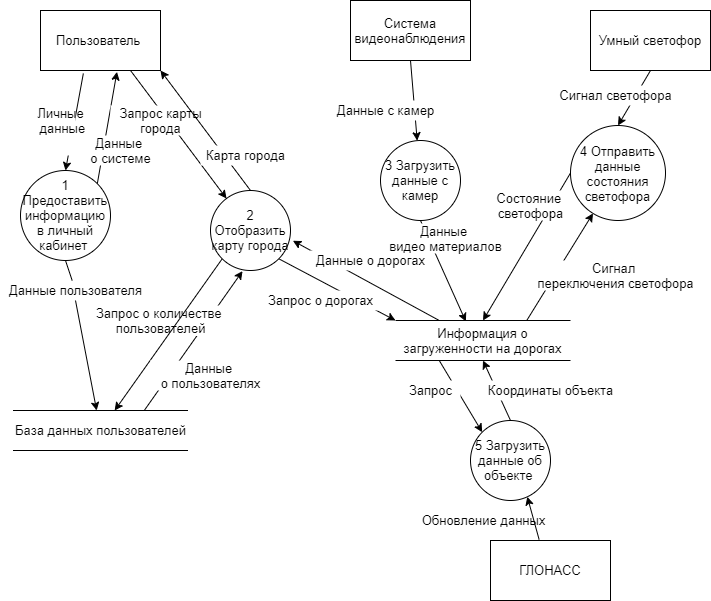
Before: DFD.png, a diagram exported from draw.io (Nadezhda24/Transport-system). Source tidied: cells renumbered, new cells last; positions are measured from the earlier drawing's top-left corner, leaving out a move shared by most shapes.
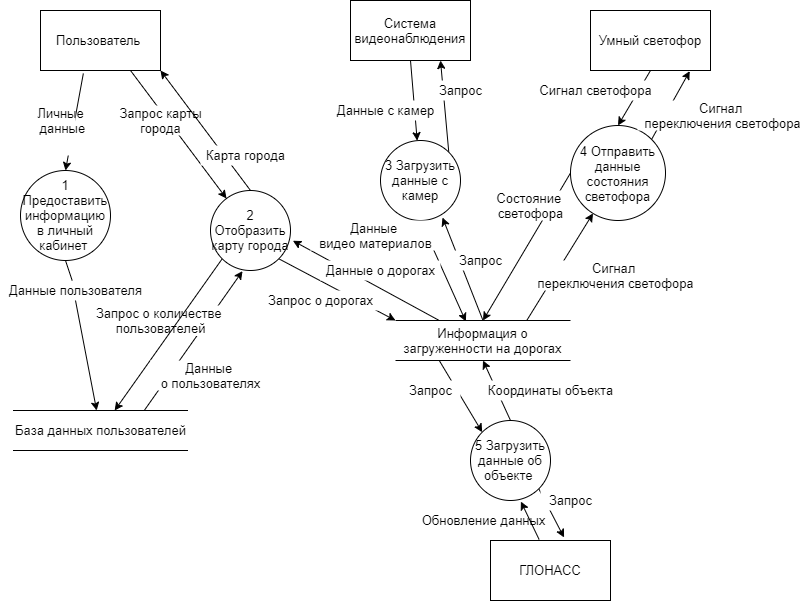
After the change.

Change to the diagram source:
```diff
@@ -26,6 +26,9 @@
     <mxCell id="9" style="rounded=0;jettySize=auto;html=1;exitX=0.5;exitY=1;exitDx=0;exitDy=0;entryX=0.025;entryY=0.598;entryDx=0;entryDy=0;endArrow=classic;endFill=1;entryPerimeter=0;" parent="1" edge="1" source="10" target="14">
       <mxGeometry relative="1" as="geometry" />
     </mxCell>
+    <mxCell id="49" style="edgeStyle=none;rounded=0;jettySize=auto;html=1;exitX=1;exitY=0;exitDx=0;exitDy=0;entryX=0.75;entryY=1;entryDx=0;entryDy=0;" parent="1" edge="1" source="10" target="8">
+      <mxGeometry relative="1" as="geometry" />
+    </mxCell>
     <mxCell id="10" value="3 Загрузить данные с камер" style="ellipse;whiteSpace=wrap;html=1;" parent="1" vertex="1">
       <mxGeometry x="380" y="140" width="80" height="80" as="geometry" />
     </mxCell>
@@ -38,12 +41,18 @@
     <mxCell id="13" style="edgeStyle=none;rounded=0;jettySize=auto;html=1;exitX=1;exitY=0.75;exitDx=0;exitDy=0;entryX=0;entryY=0;entryDx=0;entryDy=0;startArrow=none;startFill=0;" parent="1" edge="1" source="14" target="41">
       <mxGeometry relative="1" as="geometry" />
     </mxCell>
+    <mxCell id="50" style="edgeStyle=none;rounded=0;jettySize=auto;html=1;exitX=0;exitY=0.5;exitDx=0;exitDy=0;entryX=0.775;entryY=0.963;entryDx=0;entryDy=0;entryPerimeter=0;" parent="1" edge="1" source="14" target="10">
+      <mxGeometry relative="1" as="geometry" />
+    </mxCell>
     <mxCell id="14" value="Информация о загруженности на дорогах" style="shape=partialRectangle;whiteSpace=wrap;html=1;top=0;bottom=0;fillColor=none;direction=south;" parent="1" vertex="1">
       <mxGeometry x="395" y="320" width="175" height="40" as="geometry" />
     </mxCell>
     <mxCell id="15" style="edgeStyle=none;rounded=0;jettySize=auto;html=1;exitX=0;exitY=0.5;exitDx=0;exitDy=0;entryX=0;entryY=0.5;entryDx=0;entryDy=0;endArrow=classic;endFill=1;" parent="1" edge="1" source="16" target="14">
       <mxGeometry relative="1" as="geometry" />
     </mxCell>
+    <mxCell id="51" style="edgeStyle=none;rounded=0;jettySize=auto;html=1;exitX=1;exitY=0;exitDx=0;exitDy=0;entryX=0.827;entryY=1.01;entryDx=0;entryDy=0;entryPerimeter=0;" parent="1" edge="1" source="16" target="6">
+      <mxGeometry relative="1" as="geometry" />
+    </mxCell>
     <mxCell id="16" value="4 Отправить данные состояния светофора" style="ellipse;whiteSpace=wrap;html=1;" parent="1" vertex="1">
       <mxGeometry x="570" y="125" width="95" height="95" as="geometry" />
     </mxCell>
@@ -59,9 +68,6 @@
     <mxCell id="20" style="edgeStyle=none;rounded=0;jettySize=auto;html=1;exitX=0.5;exitY=1;exitDx=0;exitDy=0;endArrow=classic;endFill=1;" parent="1" edge="1" source="29" target="24">
       <mxGeometry relative="1" as="geometry" />
     </mxCell>
-    <mxCell id="21" style="rounded=0;jettySize=auto;html=1;exitX=1;exitY=0;exitDx=0;exitDy=0;entryX=0.637;entryY=1.023;entryDx=0;entryDy=0;entryPerimeter=0;startArrow=none;startFill=0;" parent="1" edge="1" source="22" target="4">
-      <mxGeometry relative="1" as="geometry" />
-    </mxCell>
     <mxCell id="22" value="1 Предоставить информацию в личный кабинет&amp;nbsp;" style="ellipse;whiteSpace=wrap;html=1;" parent="1" vertex="1">
       <mxGeometry x="20" y="170" width="90" height="90" as="geometry" />
     </mxCell>
@@ -108,9 +114,9 @@
       <mxGeometry x="260" y="290" width="120" height="20" as="geometry" />
     </mxCell>
     <mxCell id="37" value="Данные о дорогах" style="text;html=1;align=center;verticalAlign=middle;fillColor=#ffffff;" parent="1" vertex="1">
-      <mxGeometry x="310" y="250" width="120" height="20" as="geometry" />
+      <mxGeometry x="320" y="260" width="120" height="20" as="geometry" />
     </mxCell>
-    <mxCell id="38" style="edgeStyle=none;rounded=0;jettySize=auto;html=1;exitX=0.405;exitY=-0.017;exitDx=0;exitDy=0;entryX=0.71;entryY=0.953;entryDx=0;entryDy=0;entryPerimeter=0;endArrow=classic;endFill=1;exitPerimeter=0;" parent="1" edge="1" source="39" target="41">
+    <mxCell id="38" style="edgeStyle=none;rounded=0;jettySize=auto;html=1;exitX=0.405;exitY=-0.017;exitDx=0;exitDy=0;entryX=0.63;entryY=1.013;entryDx=0;entryDy=0;entryPerimeter=0;endArrow=classic;endFill=1;exitPerimeter=0;" parent="1" edge="1" source="39" target="41">
       <mxGeometry relative="1" as="geometry" />
     </mxCell>
     <mxCell id="39" value="ГЛОНАСС" style="rounded=0;whiteSpace=wrap;html=1;" parent="1" vertex="1">
@@ -119,6 +125,9 @@
     <mxCell id="40" style="edgeStyle=none;rounded=0;jettySize=auto;html=1;exitX=0.5;exitY=0;exitDx=0;exitDy=0;entryX=1;entryY=0.5;entryDx=0;entryDy=0;startArrow=none;startFill=0;" parent="1" edge="1" source="41" target="14">
       <mxGeometry relative="1" as="geometry" />
     </mxCell>
+    <mxCell id="52" style="rounded=0;jettySize=auto;html=1;exitX=1;exitY=1;exitDx=0;exitDy=0;entryX=0.613;entryY=-0.05;entryDx=0;entryDy=0;entryPerimeter=0;" parent="1" edge="1" source="41" target="39">
+      <mxGeometry relative="1" as="geometry" />
+    </mxCell>
     <mxCell id="41" value="5 Загрузить данные об объекте&amp;nbsp;" style="ellipse;whiteSpace=wrap;html=1;" parent="1" vertex="1">
       <mxGeometry x="470" y="420" width="80" height="80" as="geometry" />
     </mxCell>
@@ -129,19 +138,28 @@
       <mxGeometry x="400" y="380" width="60" height="20" as="geometry" />
     </mxCell>
     <mxCell id="44" value="Данные &lt;br&gt;видео материалов" style="text;html=1;align=center;verticalAlign=middle;fillColor=#ffffff;" parent="1" vertex="1">
-      <mxGeometry x="380" y="223" width="130" height="30" as="geometry" />
+      <mxGeometry x="310" y="220" width="130" height="30" as="geometry" />
     </mxCell>
     <mxCell id="45" value="Карта города" style="text;html=1;align=center;verticalAlign=middle;fillColor=#ffffff;" parent="1" vertex="1">
       <mxGeometry x="200" y="145" width="90" height="20" as="geometry" />
     </mxCell>
-    <mxCell id="46" value="Данные&amp;nbsp;&lt;br&gt;о системе" style="text;html=1;align=center;verticalAlign=middle;fillColor=#ffffff;direction=north;rotation=0;" parent="1" vertex="1">
-      <mxGeometry x="80" y="135" width="80" height="30" as="geometry" />
-    </mxCell>
     <mxCell id="47" value="Данные с камер" style="text;html=1;align=center;verticalAlign=middle;fillColor=#ffffff;" parent="1" vertex="1">
       <mxGeometry x="330" y="100" width="110" height="20" as="geometry" />
     </mxCell>
     <mxCell id="48" value="Сигнал светофора" style="text;html=1;align=center;verticalAlign=middle;fillColor=#ffffff;" parent="1" vertex="1">
-      <mxGeometry x="550" y="85" width="130" height="20" as="geometry" />
+      <mxGeometry x="530" y="80" width="130" height="20" as="geometry" />
     </mxCell>
+    <mxCell id="53" value="Запрос" style="text;html=1;align=center;verticalAlign=middle;fillColor=#ffffff;" parent="1" vertex="1">
+      <mxGeometry x="540" y="490" width="60" height="20" as="geometry" />
+    </mxCell>
+    <mxCell id="54" value="Сигнал &lt;br&gt;переключения светофора" style="text;html=1;align=center;verticalAlign=middle;fillColor=#ffffff;" parent="1" vertex="1">
+      <mxGeometry x="637" y="100" width="170" height="30" as="geometry" />
+    </mxCell>
+    <mxCell id="55" value="Запрос" style="text;html=1;align=center;verticalAlign=middle;fillColor=#ffffff;" parent="1" vertex="1">
+      <mxGeometry x="450" y="250" width="60" height="20" as="geometry" />
+    </mxCell>
+    <mxCell id="56" value="Запрос" style="text;html=1;align=center;verticalAlign=middle;fillColor=#ffffff;" parent="1" vertex="1">
+      <mxGeometry x="430" y="80" width="60" height="20" as="geometry" />
+    </mxCell>
   </root>
 </mxGraphModel>
```
